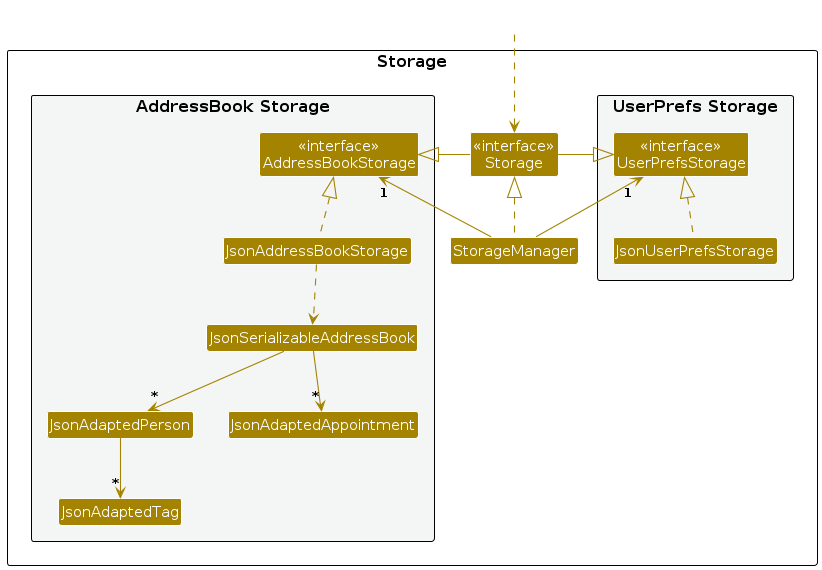
Before: diagrams/StorageClassDiagram.png, a diagram exported from PlantUML (bananapielearnsjava/tp). Its source is kept beside it as diagrams/StorageClassDiagram.puml.
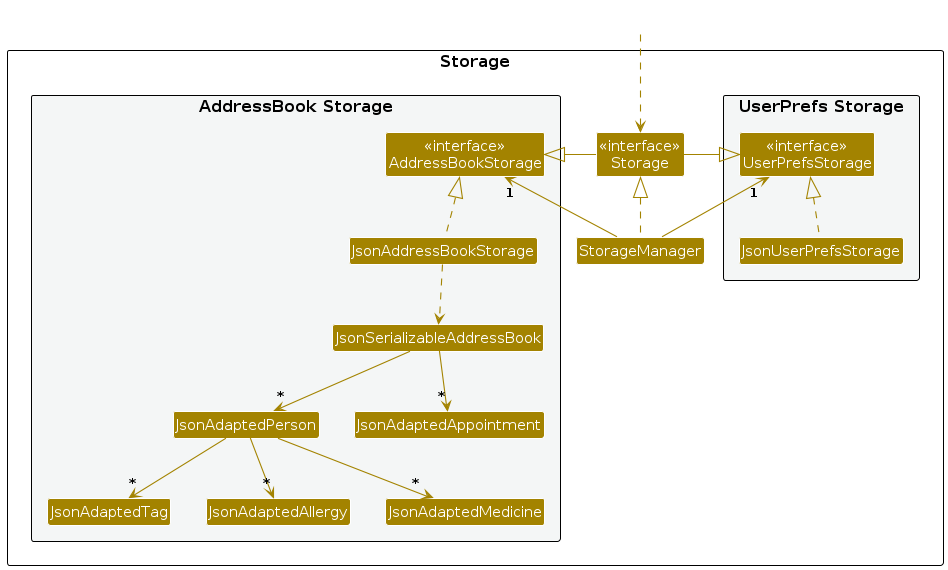
After the change.

What changed in the source:
```diff
@@ -21,6 +21,8 @@
 Class JsonAdaptedPerson
 Class JsonAdaptedTag
 Class JsonAdaptedAppointment
+Class JsonAdaptedAllergy
+Class JsonAdaptedMedicine
 }
 
 }
@@ -41,5 +43,7 @@
 JsonSerializableAddressBook --> "*" JsonAdaptedPerson
 JsonSerializableAddressBook --> "*" JsonAdaptedAppointment
 JsonAdaptedPerson --> "*" JsonAdaptedTag
+JsonAdaptedPerson --> "*" JsonAdaptedAllergy
+JsonAdaptedPerson --> "*" JsonAdaptedMedicine
 
 @enduml
```
